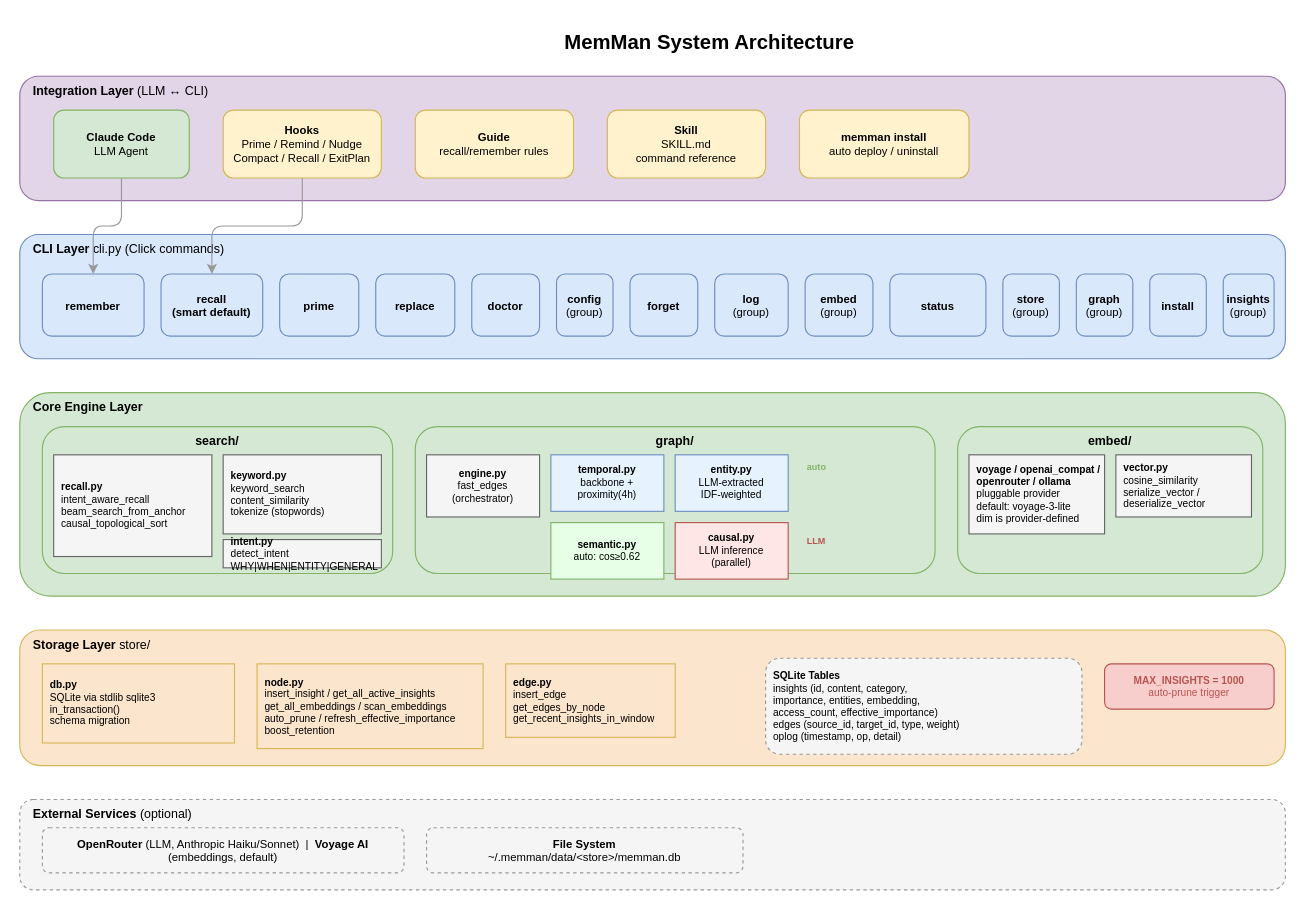
This is docs/diagrams/01-system-architecture.drawio from bissli/memman, a draw.io file, before an edit. Source tidied: cells renumbered, new cells numbered last; positions are measured from the earlier drawing's top-left corner, leaving out a move shared by most shapes. Both pictures are drawn from the tidied source at 113%, with x=0, y=0 at pixel (19, 19).
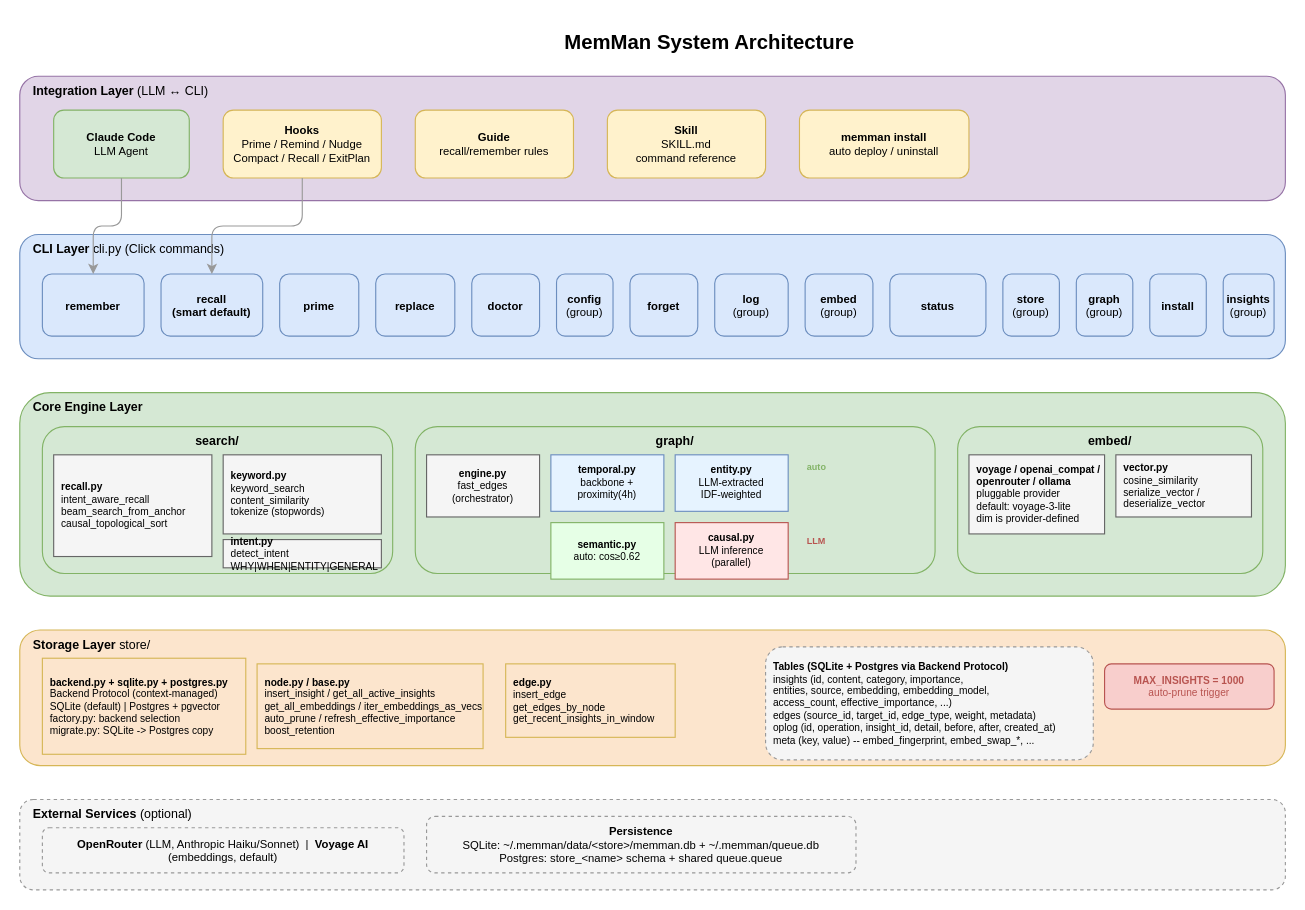
The same page after the edit.

Diff of the diagram source:
```diff
@@
-    <mxCell id="41" value="&lt;b&gt;db.py&lt;/b&gt;&lt;br&gt;SQLite via stdlib sqlite3&lt;br&gt;in_transaction()&lt;br&gt;schema migration" style="rounded=0;whiteSpace=wrap;html=1;fontSize=9;fillColor=#fce5cd;strokeColor=#d6b656;align=left;spacingLeft=5;" parent="1" vertex="1">
-      <mxGeometry x="20" y="570" width="170" height="70" as="geometry" />
+    <mxCell id="41" value="&lt;b&gt;backend.py + sqlite.py + postgres.py&lt;/b&gt;&lt;br&gt;Backend Protocol (context-managed)&lt;br&gt;SQLite (default) | Postgres + pgvector&lt;br&gt;factory.py: backend selection&lt;br&gt;migrate.py: SQLite -&amp;gt; Postgres copy" style="rounded=0;whiteSpace=wrap;html=1;fontSize=9;fillColor=#fce5cd;strokeColor=#d6b656;align=left;spacingLeft=5;" parent="1" vertex="1">
+      <mxGeometry x="20" y="565" width="180" height="85" as="geometry" />
     </mxCell>
-    <mxCell id="42" value="&lt;b&gt;node.py&lt;/b&gt;&lt;br&gt;insert_insight / get_all_active_insights&lt;br&gt;get_all_embeddings / scan_embeddings&lt;br&gt;auto_prune / refresh_effective_importance&lt;br&gt;boost_retention" style="rounded=0;whiteSpace=wrap;html=1;fontSize=9;fillColor=#fce5cd;strokeColor=#d6b656;align=left;spacingLeft=5;" parent="1" vertex="1">
+    <mxCell id="42" value="&lt;b&gt;node.py / base.py&lt;/b&gt;&lt;br&gt;insert_insight / get_all_active_insights&lt;br&gt;get_all_embeddings / iter_embeddings_as_vecs&lt;br&gt;auto_prune / refresh_effective_importance&lt;br&gt;boost_retention" style="rounded=0;whiteSpace=wrap;html=1;fontSize=9;fillColor=#fce5cd;strokeColor=#d6b656;align=left;spacingLeft=5;" parent="1" vertex="1">
       <mxGeometry x="210" y="570" width="200" height="75" as="geometry" />
     </mxCell>
@@
-    <mxCell id="44" value="&lt;b&gt;SQLite Tables&lt;/b&gt;&lt;br&gt;insights (id, content, category,&lt;br&gt;  importance, entities, embedding,&lt;br&gt;  access_count, effective_importance)&lt;br&gt;edges (source_id, target_id, type, weight)&lt;br&gt;oplog (timestamp, op, detail)" style="rounded=1;whiteSpace=wrap;html=1;fontSize=9;fillColor=#f5f5f5;strokeColor=#999999;align=left;spacingLeft=5;dashed=1;" parent="1" vertex="1">
-      <mxGeometry x="660" y="565" width="280" height="85" as="geometry" />
+    <mxCell id="44" value="&lt;b&gt;Tables (SQLite + Postgres via Backend Protocol)&lt;/b&gt;&lt;br&gt;insights (id, content, category, importance,&lt;br&gt;  entities, source, embedding, embedding_model,&lt;br&gt;  access_count, effective_importance, ...)&lt;br&gt;edges (source_id, target_id, edge_type, weight, metadata)&lt;br&gt;oplog (id, operation, insight_id, detail, before, after, created_at)&lt;br&gt;meta (key, value)  -- embed_fingerprint, embed_swap_*, ..." style="rounded=1;whiteSpace=wrap;html=1;fontSize=9;fillColor=#f5f5f5;strokeColor=#999999;align=left;spacingLeft=5;dashed=1;" parent="1" vertex="1">
+      <mxGeometry x="660" y="555" width="290" height="100" as="geometry" />
     </mxCell>
@@
-    <mxCell id="48" value="&lt;b&gt;File System&lt;/b&gt;&lt;br&gt;~/.memman/data/&amp;lt;store&amp;gt;/memman.db" style="rounded=1;whiteSpace=wrap;html=1;fillColor=#f5f5f5;strokeColor=#999999;fontSize=10;dashed=1;" parent="1" vertex="1">
-      <mxGeometry x="360" y="715" width="280" height="40" as="geometry" />
+    <mxCell id="48" value="&lt;b&gt;Persistence&lt;/b&gt;&lt;br&gt;SQLite: ~/.memman/data/&amp;lt;store&amp;gt;/memman.db + ~/.memman/queue.db&lt;br&gt;Postgres: store_&amp;lt;name&amp;gt; schema + shared queue.queue" style="rounded=1;whiteSpace=wrap;html=1;fillColor=#f5f5f5;strokeColor=#999999;fontSize=10;dashed=1;" parent="1" vertex="1">
+      <mxGeometry x="360" y="705" width="380" height="50" as="geometry" />
     </mxCell>
```
